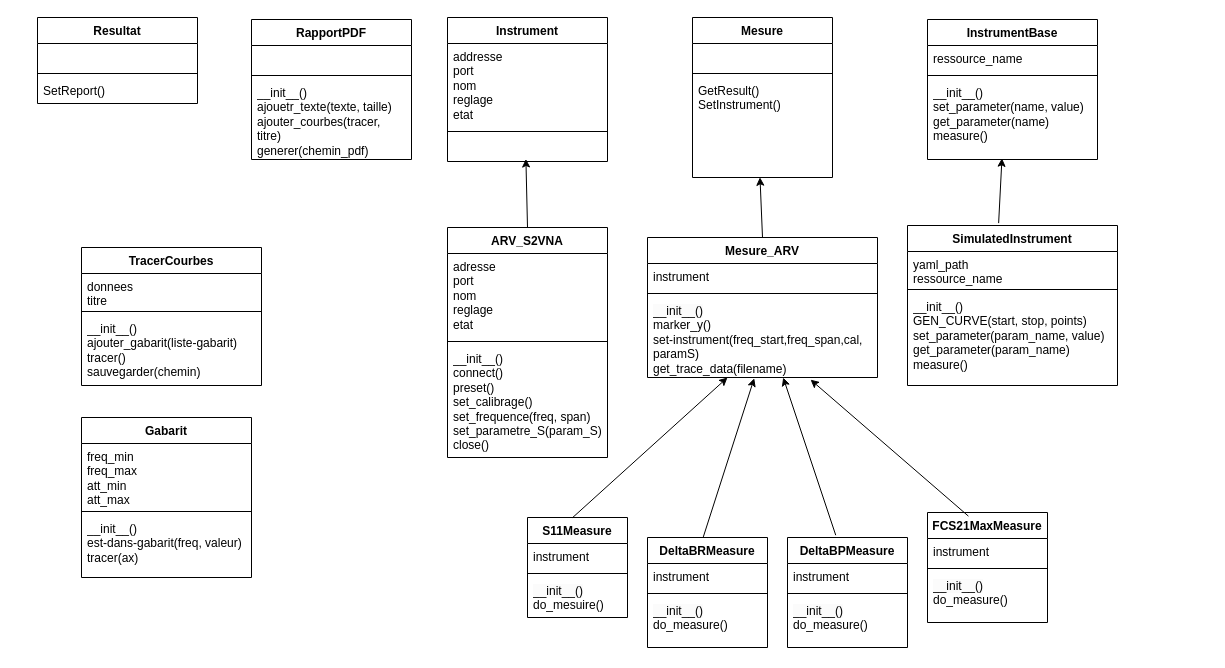
This is SAE_diagramme_de_class.drawio from PabloMS-exe/ESE2_S5_sae_SDK_Andrac_Martinez, a draw.io file, before an edit. Source tidied: cells renumbered, new cells numbered last; positions are measured from the earlier drawing's top-left corner, leaving out a move shared by most shapes. Both pictures are drawn from the tidied source at 100%, with x=0, y=0 at pixel (37, 17).
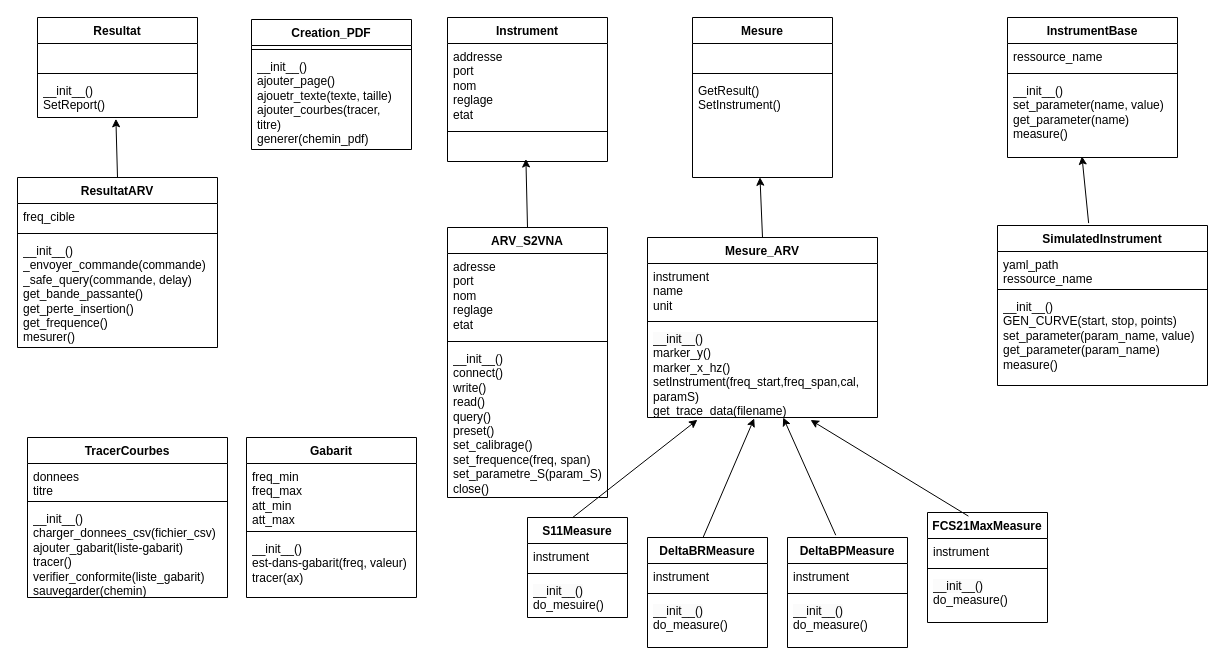
The same page after the edit.

Unchanged cells that the change refers to:
```xml
<mxCell id="49" value="S11Measure" style="swimlane;fontStyle=1;align=center;verticalAlign=top;horizontal=1;startSize=26;whiteSpace=wrap;html=1;" parent="1" vertex="1">
  <mxGeometry x="490" y="500" width="100" height="100" as="geometry" />
</mxCell>
```

What changed in the source:
```diff
@@
     <mxCell id="2" value="Resultat" style="swimlane;fontStyle=1;align=center;verticalAlign=top;horizontal=1;startSize=26;whiteSpace=wrap;html=1;" parent="1" vertex="1">
-      <mxGeometry width="160" height="86" as="geometry" />
+      <mxGeometry width="160" height="100" as="geometry" />
     </mxCell>
@@
-    <mxCell id="5" value="SetReport()" style="text;strokeColor=none;fillColor=none;align=left;verticalAlign=top;spacingLeft=4;spacingRight=4;overflow=hidden;points=[[0,0.5],[1,0.5]];portConstraint=eastwest;whiteSpace=wrap;html=1;" parent="2" vertex="1">
-      <mxGeometry y="60" width="160" height="26" as="geometry" />
+    <mxCell id="5" value="&lt;div&gt;__init__()&lt;/div&gt;SetReport()" style="text;strokeColor=none;fillColor=none;align=left;verticalAlign=top;spacingLeft=4;spacingRight=4;overflow=hidden;points=[[0,0.5],[1,0.5]];portConstraint=eastwest;whiteSpace=wrap;html=1;" parent="2" vertex="1">
+      <mxGeometry y="60" width="160" height="40" as="geometry" />
     </mxCell>
@@
     <mxCell id="14" value="TracerCourbes" style="swimlane;fontStyle=1;align=center;verticalAlign=top;horizontal=1;startSize=26;whiteSpace=wrap;html=1;" parent="1" vertex="1">
-      <mxGeometry x="44" y="230" width="180" height="138" as="geometry" />
+      <mxGeometry x="-10" y="420" width="200" height="160" as="geometry" />
     </mxCell>
     <mxCell id="15" value="&lt;div&gt;donnees&lt;/div&gt;&lt;div&gt;titre&lt;/div&gt;" style="text;strokeColor=none;fillColor=none;align=left;verticalAlign=top;spacingLeft=4;spacingRight=4;overflow=hidden;whiteSpace=wrap;html=1;" parent="14" vertex="1">
-      <mxGeometry y="26" width="180" height="34" as="geometry" />
+      <mxGeometry y="26" width="200" height="34" as="geometry" />
     </mxCell>
     <mxCell id="16" style="line;strokeWidth=1;fillColor=none;align=left;verticalAlign=middle;spacingTop=-1;spacingLeft=3;spacingRight=3;labelPosition=right;strokeColor=inherit;" parent="14" vertex="1">
-      <mxGeometry y="60" width="180" height="8" as="geometry" />
+      <mxGeometry y="60" width="200" height="8" as="geometry" />
     </mxCell>
-    <mxCell id="17" value="__init__()&lt;div&gt;ajouter_gabarit(liste-gabarit)&lt;/div&gt;&lt;div&gt;tracer()&lt;/div&gt;&lt;div&gt;sauvegarder(chemin)&lt;/div&gt;&lt;div&gt;&lt;br&gt;&lt;/div&gt;" style="text;strokeColor=none;fillColor=none;align=left;verticalAlign=top;spacingLeft=4;spacingRight=4;overflow=hidden;whiteSpace=wrap;html=1;" parent="14" vertex="1">
-      <mxGeometry y="68" width="180" height="70" as="geometry" />
+    <mxCell id="17" value="__init__()&lt;div&gt;&lt;font color=&quot;#000000&quot;&gt;charger_donnees_csv(fichier_csv)&lt;br&gt;&lt;/font&gt;&lt;div&gt;ajouter_gabarit(liste-gabarit)&lt;/div&gt;&lt;div&gt;tracer()&lt;/div&gt;&lt;div&gt;verifier_conformite(liste_gabarit)&lt;/div&gt;&lt;div&gt;sauvegarder(chemin)&lt;/div&gt;&lt;div&gt;&lt;br&gt;&lt;/div&gt;&lt;/div&gt;" style="text;strokeColor=none;fillColor=none;align=left;verticalAlign=top;spacingLeft=4;spacingRight=4;overflow=hidden;whiteSpace=wrap;html=1;" parent="14" vertex="1">
+      <mxGeometry y="68" width="200" height="92" as="geometry" />
     </mxCell>
-    <mxCell id="18" value="RapportPDF" style="swimlane;fontStyle=1;align=center;verticalAlign=top;horizontal=1;startSize=26;whiteSpace=wrap;html=1;" parent="1" vertex="1">
-      <mxGeometry x="214" y="2" width="160" height="140" as="geometry" />
+    <mxCell id="18" value="Creation_PDF" style="swimlane;fontStyle=1;align=center;verticalAlign=top;horizontal=1;startSize=26;whiteSpace=wrap;html=1;" parent="1" vertex="1">
+      <mxGeometry x="214" y="2" width="160" height="130" as="geometry" />
     </mxCell>
-    <mxCell id="19" value="&lt;div&gt;&lt;br&gt;&lt;/div&gt;&lt;div&gt;&lt;br&gt;&lt;/div&gt;" style="text;strokeColor=none;fillColor=none;align=left;verticalAlign=top;spacingLeft=4;spacingRight=4;overflow=hidden;whiteSpace=wrap;html=1;" parent="18" vertex="1">
-      <mxGeometry y="26" width="160" height="26" as="geometry" />
-    </mxCell>
     <mxCell id="20" style="line;strokeWidth=1;fillColor=none;align=left;verticalAlign=middle;spacingTop=-1;spacingLeft=3;spacingRight=3;labelPosition=right;strokeColor=inherit;" parent="18" vertex="1">
-      <mxGeometry y="52" width="160" height="8" as="geometry" />
+      <mxGeometry y="26" width="160" height="8" as="geometry" />
     </mxCell>
-    <mxCell id="21" value="&lt;span style=&quot;color: rgb(0, 0, 0);&quot;&gt;__init__()&lt;/span&gt;&lt;div&gt;&lt;span style=&quot;color: rgb(0, 0, 0);&quot;&gt;ajouetr_texte(texte, taille)&lt;/span&gt;&lt;/div&gt;&lt;div&gt;&lt;span style=&quot;color: rgb(0, 0, 0);&quot;&gt;ajouter_courbes(tracer, titre)&lt;/span&gt;&lt;/div&gt;&lt;div&gt;&lt;span style=&quot;color: rgb(0, 0, 0);&quot;&gt;generer(chemin_pdf)&lt;/span&gt;&lt;/div&gt;" style="text;strokeColor=none;fillColor=none;align=left;verticalAlign=top;spacingLeft=4;spacingRight=4;overflow=hidden;whiteSpace=wrap;html=1;" parent="18" vertex="1">
-      <mxGeometry y="60" width="160" height="80" as="geometry" />
+    <mxCell id="21" value="&lt;span style=&quot;color: rgb(0, 0, 0);&quot;&gt;__init__()&lt;/span&gt;&lt;div&gt;&lt;font color=&quot;#000000&quot;&gt;ajouter_page()&lt;br&gt;&lt;/font&gt;&lt;div&gt;&lt;span style=&quot;color: rgb(0, 0, 0);&quot;&gt;ajouetr_texte(texte, taille)&lt;/span&gt;&lt;/div&gt;&lt;div&gt;&lt;span style=&quot;color: rgb(0, 0, 0);&quot;&gt;ajouter_courbes(tracer, titre)&lt;/span&gt;&lt;/div&gt;&lt;div&gt;&lt;span style=&quot;color: rgb(0, 0, 0);&quot;&gt;generer(chemin_pdf)&lt;/span&gt;&lt;/div&gt;&lt;/div&gt;" style="text;strokeColor=none;fillColor=none;align=left;verticalAlign=top;spacingLeft=4;spacingRight=4;overflow=hidden;whiteSpace=wrap;html=1;" parent="18" vertex="1">
+      <mxGeometry y="34" width="160" height="96" as="geometry" />
     </mxCell>
     <mxCell id="22" value="Gabarit" style="swimlane;fontStyle=1;align=center;verticalAlign=top;horizontal=1;startSize=26;whiteSpace=wrap;html=1;" parent="1" vertex="1">
-      <mxGeometry x="44" y="400" width="170" height="160" as="geometry" />
+      <mxGeometry x="209" y="420" width="170" height="160" as="geometry" />
     </mxCell>
@@
     <mxCell id="26" value="ARV_S2VNA" style="swimlane;fontStyle=1;align=center;verticalAlign=top;horizontal=1;startSize=26;whiteSpace=wrap;html=1;" parent="1" vertex="1">
-      <mxGeometry x="410" y="210" width="160" height="230" as="geometry" />
+      <mxGeometry x="410" y="210" width="160" height="270" as="geometry" />
     </mxCell>
@@
-    <mxCell id="30" value="&lt;span style=&quot;color: rgb(0, 0, 0);&quot;&gt;__init__()&lt;/span&gt;&lt;div&gt;&lt;span style=&quot;color: rgb(0, 0, 0);&quot;&gt;connect()&lt;/span&gt;&lt;/div&gt;&lt;div&gt;&lt;span style=&quot;color: rgb(0, 0, 0);&quot;&gt;preset()&lt;/span&gt;&lt;/div&gt;&lt;div&gt;&lt;span style=&quot;color: rgb(0, 0, 0);&quot;&gt;set_calibrage()&lt;/span&gt;&lt;/div&gt;&lt;div&gt;&lt;span style=&quot;color: rgb(0, 0, 0);&quot;&gt;set_frequence(freq, span)&lt;/span&gt;&lt;/div&gt;&lt;div&gt;&lt;span style=&quot;color: rgb(0, 0, 0);&quot;&gt;set_parametre_S(param_S)&lt;/span&gt;&lt;/div&gt;&lt;div&gt;&lt;span style=&quot;color: rgb(0, 0, 0);&quot;&gt;close()&lt;/span&gt;&lt;/div&gt;&lt;div&gt;&lt;br&gt;&lt;/div&gt;&lt;div&gt;&lt;span style=&quot;color: rgb(0, 0, 0);&quot;&gt;&lt;br&gt;&lt;/span&gt;&lt;/div&gt;" style="text;strokeColor=none;fillColor=none;align=left;verticalAlign=top;spacingLeft=4;spacingRight=4;overflow=hidden;whiteSpace=wrap;html=1;" parent="26" vertex="1">
-      <mxGeometry y="118" width="160" height="112" as="geometry" />
+    <mxCell id="30" value="&lt;span style=&quot;color: rgb(0, 0, 0);&quot;&gt;__init__()&lt;/span&gt;&lt;div&gt;&lt;span style=&quot;color: rgb(0, 0, 0);&quot;&gt;connect()&lt;/span&gt;&lt;/div&gt;&lt;div&gt;&lt;font color=&quot;#000000&quot;&gt;write()&lt;/font&gt;&lt;/div&gt;&lt;div&gt;&lt;font color=&quot;#000000&quot;&gt;read()&lt;/font&gt;&lt;/div&gt;&lt;div&gt;&lt;font color=&quot;#000000&quot;&gt;query()&lt;/font&gt;&lt;/div&gt;&lt;div&gt;&lt;span style=&quot;color: rgb(0, 0, 0);&quot;&gt;preset()&lt;/span&gt;&lt;/div&gt;&lt;div&gt;&lt;span style=&quot;color: rgb(0, 0, 0);&quot;&gt;set_calibrage()&lt;/span&gt;&lt;/div&gt;&lt;div&gt;&lt;span style=&quot;color: rgb(0, 0, 0);&quot;&gt;set_frequence(freq, span)&lt;/span&gt;&lt;/div&gt;&lt;div&gt;&lt;span style=&quot;color: rgb(0, 0, 0);&quot;&gt;set_parametre_S(param_S)&lt;/span&gt;&lt;/div&gt;&lt;div&gt;&lt;span style=&quot;color: rgb(0, 0, 0);&quot;&gt;close()&lt;/span&gt;&lt;/div&gt;&lt;div&gt;&lt;br&gt;&lt;/div&gt;&lt;div&gt;&lt;span style=&quot;color: rgb(0, 0, 0);&quot;&gt;&lt;br&gt;&lt;/span&gt;&lt;/div&gt;" style="text;strokeColor=none;fillColor=none;align=left;verticalAlign=top;spacingLeft=4;spacingRight=4;overflow=hidden;whiteSpace=wrap;html=1;" parent="26" vertex="1">
+      <mxGeometry y="118" width="160" height="152" as="geometry" />
     </mxCell>
     <mxCell id="31" value="Mesure_ARV" style="swimlane;fontStyle=1;align=center;verticalAlign=top;horizontal=1;startSize=26;whiteSpace=wrap;html=1;" parent="1" vertex="1">
-      <mxGeometry x="610" y="220" width="230" height="140" as="geometry" />
+      <mxGeometry x="610" y="220" width="230" height="180" as="geometry" />
     </mxCell>
-    <mxCell id="32" value="&lt;div&gt;instrument&lt;/div&gt;" style="text;strokeColor=none;fillColor=none;align=left;verticalAlign=top;spacingLeft=4;spacingRight=4;overflow=hidden;whiteSpace=wrap;html=1;" parent="31" vertex="1">
-      <mxGeometry y="26" width="230" height="26" as="geometry" />
+    <mxCell id="32" value="&lt;div&gt;instrument&lt;/div&gt;&lt;div&gt;name&lt;/div&gt;&lt;div&gt;unit&lt;/div&gt;" style="text;strokeColor=none;fillColor=none;align=left;verticalAlign=top;spacingLeft=4;spacingRight=4;overflow=hidden;whiteSpace=wrap;html=1;" parent="31" vertex="1">
+      <mxGeometry y="26" width="230" height="54" as="geometry" />
     </mxCell>
     <mxCell id="33" style="line;strokeWidth=1;fillColor=none;align=left;verticalAlign=middle;spacingTop=-1;spacingLeft=3;spacingRight=3;labelPosition=right;strokeColor=inherit;" parent="31" vertex="1">
-      <mxGeometry y="52" width="230" height="8" as="geometry" />
+      <mxGeometry y="80" width="230" height="8" as="geometry" />
     </mxCell>
-    <mxCell id="34" value="&lt;span style=&quot;color: rgb(0, 0, 0); font-family: Helvetica; font-size: 12px; font-style: normal; font-variant-ligatures: normal; font-variant-caps: normal; font-weight: 400; letter-spacing: normal; orphans: 2; text-align: left; text-indent: 0px; text-transform: none; widows: 2; word-spacing: 0px; -webkit-text-stroke-width: 0px; white-space: normal; background-color: rgb(251, 251, 251); text-decoration-thickness: initial; text-decoration-style: initial; text-decoration-color: initial; float: none; display: inline !important;&quot;&gt;__init__()&lt;/span&gt;&lt;div&gt;&lt;font color=&quot;#000000&quot;&gt;marker_y()&lt;/font&gt;&lt;/div&gt;&lt;div&gt;&lt;font color=&quot;#000000&quot;&gt;set-instrument(freq_start,freq_span,cal, paramS)&lt;/font&gt;&lt;/div&gt;&lt;div&gt;&lt;font color=&quot;#000000&quot;&gt;get_trace_data(filename)&amp;nbsp;&lt;/font&gt;&lt;/div&gt;&lt;div&gt;&lt;font color=&quot;#000000&quot;&gt;&lt;br&gt;&lt;/font&gt;&lt;div&gt;&lt;br&gt;&lt;/div&gt;&lt;/div&gt;" style="text;strokeColor=none;fillColor=none;align=left;verticalAlign=top;spacingLeft=4;spacingRight=4;overflow=hidden;points=[[0,0.5],[1,0.5]];portConstraint=eastwest;whiteSpace=wrap;html=1;" parent="31" vertex="1">
-      <mxGeometry y="60" width="230" height="80" as="geometry" />
+    <mxCell id="34" value="&lt;span style=&quot;color: rgb(0, 0, 0); font-family: Helvetica; font-size: 12px; font-style: normal; font-variant-ligatures: normal; font-variant-caps: normal; font-weight: 400; letter-spacing: normal; orphans: 2; text-align: left; text-indent: 0px; text-transform: none; widows: 2; word-spacing: 0px; -webkit-text-stroke-width: 0px; white-space: normal; background-color: rgb(251, 251, 251); text-decoration-thickness: initial; text-decoration-style: initial; text-decoration-color: initial; float: none; display: inline !important;&quot;&gt;__init__()&lt;/span&gt;&lt;div&gt;&lt;font color=&quot;#000000&quot;&gt;marker_y()&lt;/font&gt;&lt;/div&gt;&lt;div&gt;&lt;font color=&quot;#000000&quot;&gt;marker_x_hz()&lt;/font&gt;&lt;/div&gt;&lt;div&gt;&lt;font color=&quot;#000000&quot;&gt;setInstrument(freq_start,freq_span,cal, paramS)&lt;/font&gt;&lt;/div&gt;&lt;div&gt;&lt;font color=&quot;#000000&quot;&gt;get_trace_data(filename)&amp;nbsp;&lt;/font&gt;&lt;/div&gt;&lt;div&gt;&lt;font color=&quot;#000000&quot;&gt;&lt;br&gt;&lt;/font&gt;&lt;div&gt;&lt;br&gt;&lt;/div&gt;&lt;/div&gt;" style="text;strokeColor=none;fillColor=none;align=left;verticalAlign=top;spacingLeft=4;spacingRight=4;overflow=hidden;points=[[0,0.5],[1,0.5]];portConstraint=eastwest;whiteSpace=wrap;html=1;" parent="31" vertex="1">
+      <mxGeometry y="88" width="230" height="92" as="geometry" />
     </mxCell>
@@
     <mxCell id="36" value="SimulatedInstrument" style="swimlane;fontStyle=1;align=center;verticalAlign=top;horizontal=1;startSize=26;whiteSpace=wrap;html=1;" parent="1" vertex="1">
-      <mxGeometry x="870" y="208" width="210" height="160" as="geometry" />
+      <mxGeometry x="960" y="208" width="210" height="160" as="geometry" />
     </mxCell>
@@
     <mxCell id="40" value="InstrumentBase" style="swimlane;fontStyle=1;align=center;verticalAlign=top;horizontal=1;startSize=26;whiteSpace=wrap;html=1;" parent="1" vertex="1">
-      <mxGeometry x="890" y="2" width="170" height="140" as="geometry" />
+      <mxGeometry x="970" width="170" height="140" as="geometry" />
     </mxCell>
@@
-    <mxCell id="53" style="endArrow=classic;html=1;exitX=0.452;exitY=0;exitDx=0;exitDy=0;exitPerimeter=0;" parent="1" edge="1" source="49">
-      <mxGeometry relative="1" as="geometry">
-        <mxPoint x="690" y="360" as="targetPoint" />
-      </mxGeometry>
+    <mxCell id="53" style="endArrow=classic;html=1;exitX=0.452;exitY=0;exitDx=0;exitDy=0;exitPerimeter=0;entryX=0.217;entryY=1.025;entryDx=0;entryDy=0;entryPerimeter=0;" parent="1" edge="1" source="49" target="34">
+      <mxGeometry relative="1" as="geometry" />
     </mxCell>
@@
+    <mxCell id="65" value="ResultatARV" style="swimlane;fontStyle=1;align=center;verticalAlign=top;horizontal=1;startSize=26;whiteSpace=wrap;html=1;" parent="1" vertex="1">
+      <mxGeometry x="-20" y="160" width="200" height="170" as="geometry" />
+    </mxCell>
+    <mxCell id="66" value="&lt;div&gt;freq_cible&lt;/div&gt;" style="text;strokeColor=none;fillColor=none;align=left;verticalAlign=top;spacingLeft=4;spacingRight=4;overflow=hidden;whiteSpace=wrap;html=1;" parent="65" vertex="1">
+      <mxGeometry y="26" width="200" height="26" as="geometry" />
+    </mxCell>
+    <mxCell id="67" style="line;strokeWidth=1;fillColor=none;align=left;verticalAlign=middle;spacingTop=-1;spacingLeft=3;spacingRight=3;labelPosition=right;strokeColor=inherit;" parent="65" vertex="1">
+      <mxGeometry y="52" width="200" height="8" as="geometry" />
+    </mxCell>
+    <mxCell id="68" value="&lt;div&gt;__init__()&lt;/div&gt;_envoyer_commande(commande)&lt;div&gt;_safe_query(commande, delay)&lt;/div&gt;&lt;div&gt;get_bande_passante()&lt;/div&gt;&lt;div&gt;get_perte_insertion()&lt;/div&gt;&lt;div&gt;get_frequence()&lt;/div&gt;&lt;div&gt;mesurer()&lt;/div&gt;" style="text;strokeColor=none;fillColor=none;align=left;verticalAlign=top;spacingLeft=4;spacingRight=4;overflow=hidden;whiteSpace=wrap;html=1;" parent="65" vertex="1">
+      <mxGeometry y="60" width="200" height="110" as="geometry" />
+    </mxCell>
+    <mxCell id="69" style="endArrow=classic;html=1;entryX=0.49;entryY=1.033;entryDx=0;entryDy=0;entryPerimeter=0;exitX=0.5;exitY=0;exitDx=0;exitDy=0;" parent="1" edge="1" source="65" target="5">
+      <mxGeometry relative="1" as="geometry" />
+    </mxCell>
```
